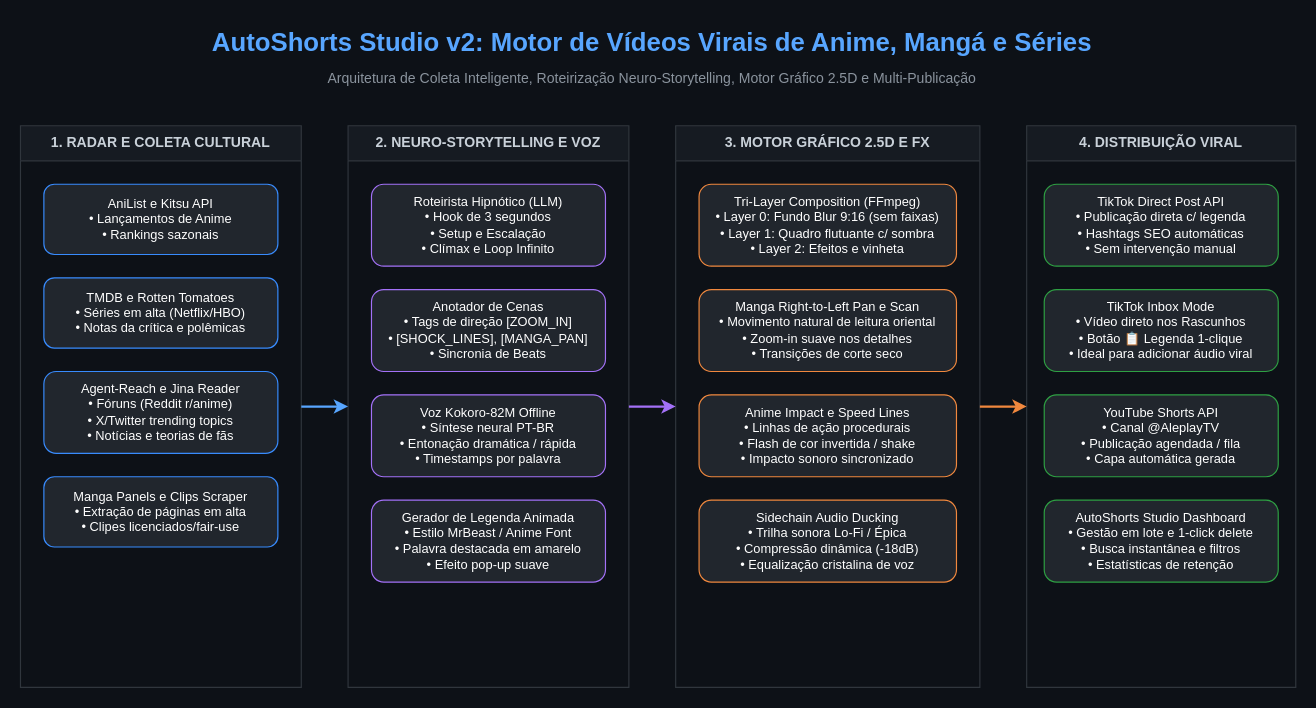
Before: docs/architecture/anime_engine_architecture.drawio in ManoAlee/auto-shorts-android, a draw.io diagram. Source tidied: cells renumbered, new cells numbered last; positions are measured from the earlier drawing's top-left corner, leaving out a move shared by most shapes. Both pictures are drawn from the tidied source at 117%, with x=0, y=0 at pixel (20, 20).
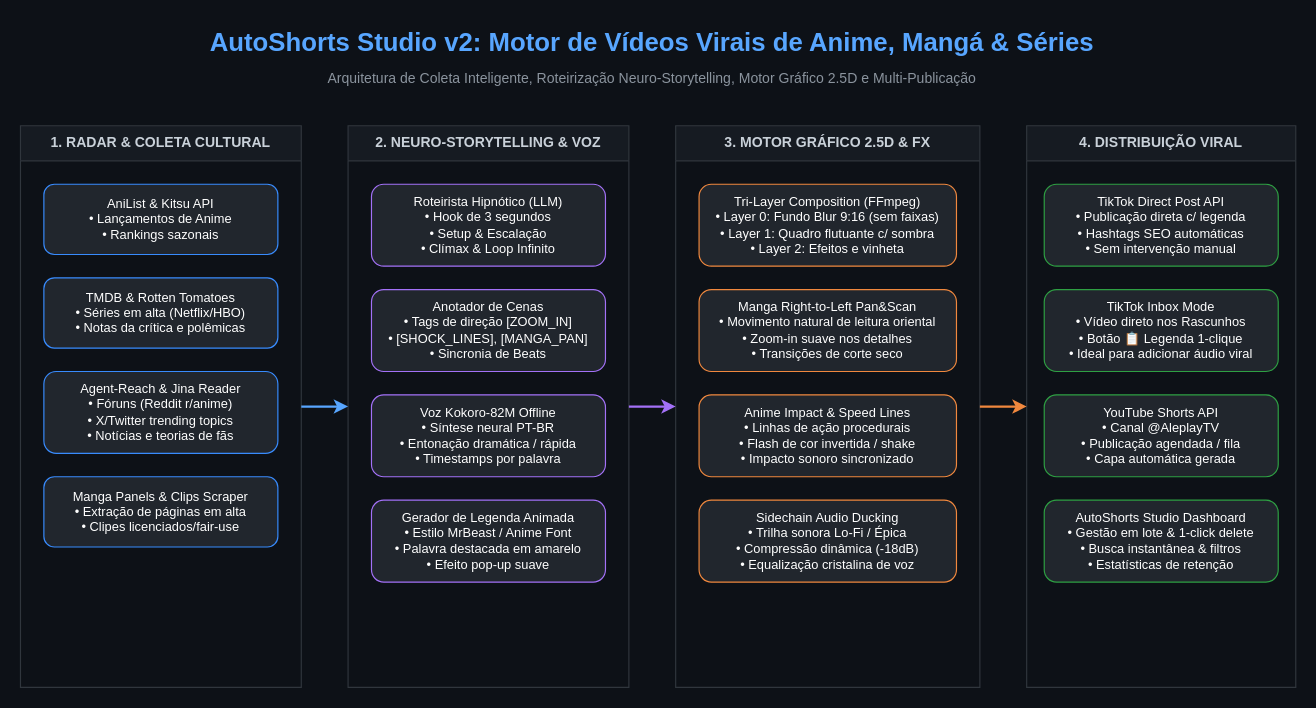
The same page after the edit.

Commit message (it also covers changes not shown here):
feat(phase-4): Anime and Manga Lab with 2.5D Tri-Layer Parallax, RTL Pan & Scan, Panel Grammar, Visual Analyzer and DrawIO fix

The change refers to these unchanged cells:
```xml
<mxCell id="19" value="4. DISTRIBUIÇÃO VIRAL" style="swimlane;whiteSpace=wrap;html=1;fillColor=#161b22;strokeColor=#30363d;fontColor=#c9d1d9;fontStyle=1;startSize=30;" parent="1" vertex="1">
  <mxGeometry x="860" y="90" width="230" height="480" as="geometry" />
</mxCell>
```

The edit, as a diff of the source:
```diff
@@
-    <mxCell id="2" value="AutoShorts Studio v2: Motor de Vídeos Virais de Anime, Mangá e Séries" style="text;html=1;strokeColor=none;fillColor=none;align=center;verticalAlign=middle;whiteSpace=wrap;rounded=0;fontSize=22;fontStyle=1;fontColor=#58a6ff;" parent="1" vertex="1">
+    <mxCell id="2" value="AutoShorts Studio v2: Motor de Vídeos Virais de Anime, Mangá &amp; Séries" style="text;html=1;strokeColor=none;fillColor=none;align=center;verticalAlign=middle;whiteSpace=wrap;rounded=0;fontSize=22;fontStyle=1;fontColor=#58a6ff;" parent="1" vertex="1">
       <mxGeometry x="140" width="800" height="40" as="geometry" />
     </mxCell>
@@
-    <mxCell id="4" value="1. RADAR E COLETA CULTURAL" style="swimlane;whiteSpace=wrap;html=1;fillColor=#161b22;strokeColor=#30363d;fontColor=#c9d1d9;fontStyle=1;startSize=30;" parent="1" vertex="1">
+    <mxCell id="4" value="1. RADAR &amp; COLETA CULTURAL" style="swimlane;whiteSpace=wrap;html=1;fillColor=#161b22;strokeColor=#30363d;fontColor=#c9d1d9;fontStyle=1;startSize=30;" parent="1" vertex="1">
       <mxGeometry y="90" width="240" height="480" as="geometry" />
     </mxCell>
-    <mxCell id="5" value="AniList e Kitsu API&#10;• Lançamentos de Anime&#10;• Rankings sazonais" style="rounded=1;whiteSpace=wrap;html=1;fillColor=#21262d;strokeColor=#388bfd;fontColor=#ffffff;fontSize=11;" parent="4" vertex="1">
+    <mxCell id="5" value="AniList &amp; Kitsu API&#10;• Lançamentos de Anime&#10;• Rankings sazonais" style="rounded=1;whiteSpace=wrap;html=1;fillColor=#21262d;strokeColor=#388bfd;fontColor=#ffffff;fontSize=11;" parent="4" vertex="1">
       <mxGeometry x="20" y="50" width="200" height="60" as="geometry" />
     </mxCell>
-    <mxCell id="6" value="TMDB e Rotten Tomatoes&#10;• Séries em alta (Netflix/HBO)&#10;• Notas da crítica e polêmicas" style="rounded=1;whiteSpace=wrap;html=1;fillColor=#21262d;strokeColor=#388bfd;fontColor=#ffffff;fontSize=11;" parent="4" vertex="1">
+    <mxCell id="6" value="TMDB &amp; Rotten Tomatoes&#10;• Séries em alta (Netflix/HBO)&#10;• Notas da crítica e polêmicas" style="rounded=1;whiteSpace=wrap;html=1;fillColor=#21262d;strokeColor=#388bfd;fontColor=#ffffff;fontSize=11;" parent="4" vertex="1">
       <mxGeometry x="20" y="130" width="200" height="60" as="geometry" />
     </mxCell>
-    <mxCell id="7" value="Agent-Reach e Jina Reader&#10;• Fóruns (Reddit r/anime)&#10;• X/Twitter trending topics&#10;• Notícias e teorias de fãs" style="rounded=1;whiteSpace=wrap;html=1;fillColor=#21262d;strokeColor=#388bfd;fontColor=#ffffff;fontSize=11;" parent="4" vertex="1">
+    <mxCell id="7" value="Agent-Reach &amp; Jina Reader&#10;• Fóruns (Reddit r/anime)&#10;• X/Twitter trending topics&#10;• Notícias e teorias de fãs" style="rounded=1;whiteSpace=wrap;html=1;fillColor=#21262d;strokeColor=#388bfd;fontColor=#ffffff;fontSize=11;" parent="4" vertex="1">
       <mxGeometry x="20" y="210" width="200" height="70" as="geometry" />
     </mxCell>
-    <mxCell id="8" value="Manga Panels e Clips Scraper&#10;• Extração de páginas em alta&#10;• Clipes licenciados/fair-use" style="rounded=1;whiteSpace=wrap;html=1;fillColor=#21262d;strokeColor=#388bfd;fontColor=#ffffff;fontSize=11;" parent="4" vertex="1">
+    <mxCell id="8" value="Manga Panels &amp; Clips Scraper&#10;• Extração de páginas em alta&#10;• Clipes licenciados/fair-use" style="rounded=1;whiteSpace=wrap;html=1;fillColor=#21262d;strokeColor=#388bfd;fontColor=#ffffff;fontSize=11;" parent="4" vertex="1">
       <mxGeometry x="20" y="300" width="200" height="60" as="geometry" />
     </mxCell>
-    <mxCell id="9" value="2. NEURO-STORYTELLING E VOZ" style="swimlane;whiteSpace=wrap;html=1;fillColor=#161b22;strokeColor=#30363d;fontColor=#c9d1d9;fontStyle=1;startSize=30;" parent="1" vertex="1">
+    <mxCell id="9" value="2. NEURO-STORYTELLING &amp; VOZ" style="swimlane;whiteSpace=wrap;html=1;fillColor=#161b22;strokeColor=#30363d;fontColor=#c9d1d9;fontStyle=1;startSize=30;" parent="1" vertex="1">
       <mxGeometry x="280" y="90" width="240" height="480" as="geometry" />
     </mxCell>
-    <mxCell id="10" value="Roteirista Hipnótico (LLM)&#10;• Hook de 3 segundos&#10;• Setup e Escalação&#10;• Clímax e Loop Infinito" style="rounded=1;whiteSpace=wrap;html=1;fillColor=#21262d;strokeColor=#a371f7;fontColor=#ffffff;fontSize=11;" parent="9" vertex="1">
+    <mxCell id="10" value="Roteirista Hipnótico (LLM)&#10;• Hook de 3 segundos&#10;• Setup &amp; Escalação&#10;• Clímax &amp; Loop Infinito" style="rounded=1;whiteSpace=wrap;html=1;fillColor=#21262d;strokeColor=#a371f7;fontColor=#ffffff;fontSize=11;" parent="9" vertex="1">
       <mxGeometry x="20" y="50" width="200" height="70" as="geometry" />
     </mxCell>
@@
-    <mxCell id="14" value="3. MOTOR GRÁFICO 2.5D E FX" style="swimlane;whiteSpace=wrap;html=1;fillColor=#161b22;strokeColor=#30363d;fontColor=#c9d1d9;fontStyle=1;startSize=30;" parent="1" vertex="1">
+    <mxCell id="14" value="3. MOTOR GRÁFICO 2.5D &amp; FX" style="swimlane;whiteSpace=wrap;html=1;fillColor=#161b22;strokeColor=#30363d;fontColor=#c9d1d9;fontStyle=1;startSize=30;" parent="1" vertex="1">
       <mxGeometry x="560" y="90" width="260" height="480" as="geometry" />
     </mxCell>
@@
-    <mxCell id="16" value="Manga Right-to-Left Pan e Scan&#10;• Movimento natural de leitura oriental&#10;• Zoom-in suave nos detalhes&#10;• Transições de corte seco" style="rounded=1;whiteSpace=wrap;html=1;fillColor=#21262d;strokeColor=#f0883e;fontColor=#ffffff;fontSize=11;" parent="14" vertex="1">
+    <mxCell id="16" value="Manga Right-to-Left Pan&amp;Scan&#10;• Movimento natural de leitura oriental&#10;• Zoom-in suave nos detalhes&#10;• Transições de corte seco" style="rounded=1;whiteSpace=wrap;html=1;fillColor=#21262d;strokeColor=#f0883e;fontColor=#ffffff;fontSize=11;" parent="14" vertex="1">
       <mxGeometry x="20" y="140" width="220" height="70" as="geometry" />
     </mxCell>
-    <mxCell id="17" value="Anime Impact e Speed Lines&#10;• Linhas de ação procedurais&#10;• Flash de cor invertida / shake&#10;• Impacto sonoro sincronizado" style="rounded=1;whiteSpace=wrap;html=1;fillColor=#21262d;strokeColor=#f0883e;fontColor=#ffffff;fontSize=11;" parent="14" vertex="1">
+    <mxCell id="17" value="Anime Impact &amp; Speed Lines&#10;• Linhas de ação procedurais&#10;• Flash de cor invertida / shake&#10;• Impacto sonoro sincronizado" style="rounded=1;whiteSpace=wrap;html=1;fillColor=#21262d;strokeColor=#f0883e;fontColor=#ffffff;fontSize=11;" parent="14" vertex="1">
       <mxGeometry x="20" y="230" width="220" height="70" as="geometry" />
     </mxCell>
@@
-    <mxCell id="23" value="AutoShorts Studio Dashboard&#10;• Gestão em lote e 1-click delete&#10;• Busca instantânea e filtros&#10;• Estatísticas de retenção" style="rounded=1;whiteSpace=wrap;html=1;fillColor=#21262d;strokeColor=#2ea043;fontColor=#ffffff;fontSize=11;" parent="19" vertex="1">
+    <mxCell id="23" value="AutoShorts Studio Dashboard&#10;• Gestão em lote &amp; 1-click delete&#10;• Busca instantânea &amp; filtros&#10;• Estatísticas de retenção" style="rounded=1;whiteSpace=wrap;html=1;fillColor=#21262d;strokeColor=#2ea043;fontColor=#ffffff;fontSize=11;" parent="19" vertex="1">
       <mxGeometry x="15" y="320" width="200" height="70" as="geometry" />
     </mxCell>
```
